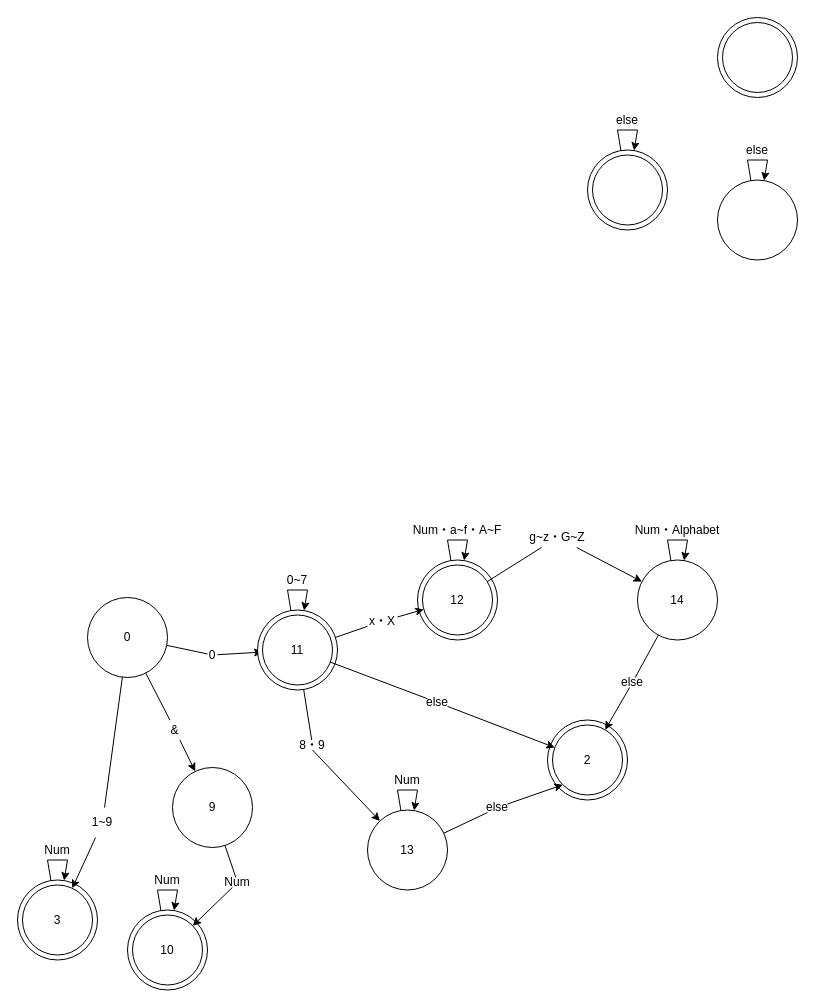
Above: page "Num・Address" (2 of 3) of 状態遷移図/実験2.drawio in ShimadaTakutoLuke/miniCV02forStudent (draw.io), before the change. Source tidied: cells renumbered, new cells numbered last; positions are measured from the earlier drawing's top-left corner, leaving out a move shared by most shapes. Both pictures are drawn from the tidied source at 100%, with x=0, y=0 at pixel (17, 17).
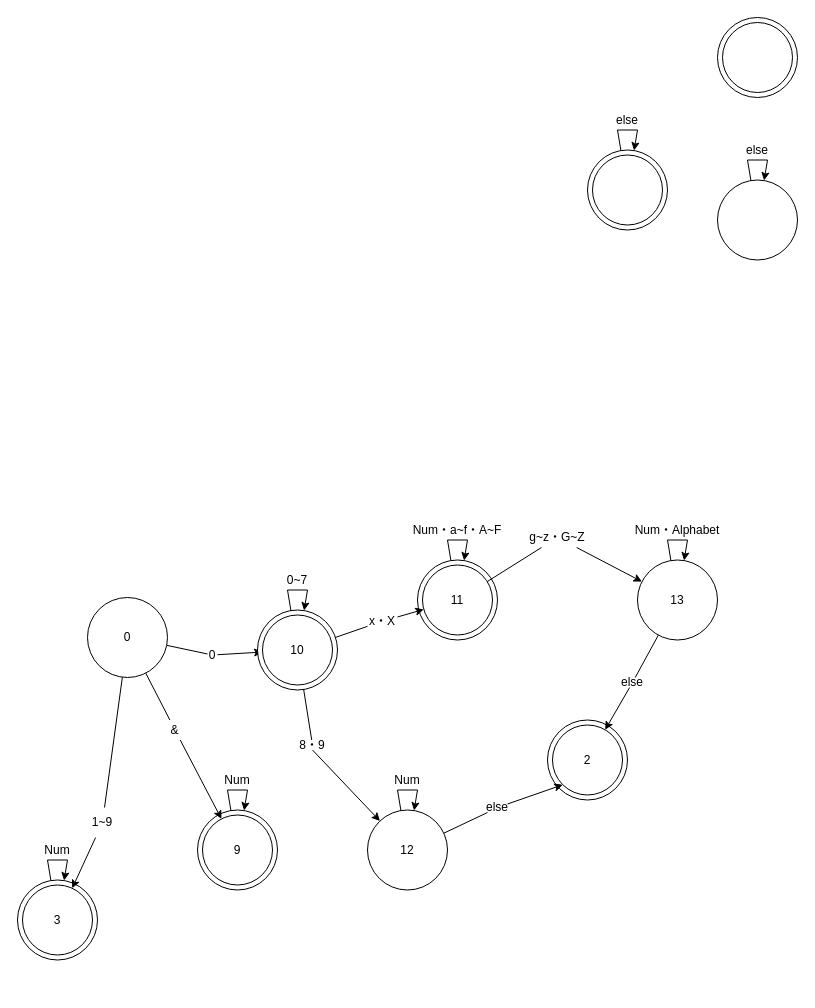
Above is the later version.

Unchanged cells that the change refers to:
```xml
<mxCell id="2" style="group;" parent="1" vertex="1">
  <mxGeometry x="400" y="500" width="100" height="122.5" as="geometry" />
</mxCell>
<mxCell id="32" value="2" style="ellipse;whiteSpace=wrap;html=1;" parent="30" vertex="1">
  <mxGeometry x="5" y="5" width="70" height="70" as="geometry" />
</mxCell>
<mxCell id="35" value="&amp;amp;" style="text;html=1;strokeColor=none;fillColor=none;align=center;verticalAlign=middle;whiteSpace=wrap;rounded=0;" parent="1" vertex="1">
  <mxGeometry x="150" y="702.5" width="15" height="20" as="geometry" />
</mxCell>
<mxCell id="50" style="group;" parent="1" vertex="1">
  <mxGeometry x="620" y="500" width="110" height="122.5" as="geometry" />
</mxCell>
<mxCell id="62" style="group;" parent="1" vertex="1">
  <mxGeometry x="240" y="550" width="80" height="122.5" as="geometry" />
</mxCell>
<mxCell id="67" style="group;" parent="1" vertex="1">
  <mxGeometry x="350" y="750" width="80" height="122.5" as="geometry" />
</mxCell>
```

Change to the diagram source:
```diff
@@
-    <mxCell id="6" value="12" style="ellipse;whiteSpace=wrap;html=1;" parent="2" vertex="1">
+    <mxCell id="6" value="11" style="ellipse;whiteSpace=wrap;html=1;" parent="2" vertex="1">
       <mxGeometry x="5" y="47.5" width="70" height="70" as="geometry" />
     </mxCell>
@@
     <mxCell id="19" style="group;" parent="1" vertex="1">
-      <mxGeometry x="110" y="850" width="80" height="122.5" as="geometry" />
+      <mxGeometry x="180" y="750" width="80" height="122.5" as="geometry" />
     </mxCell>
@@
-    <mxCell id="23" value="10" style="ellipse;whiteSpace=wrap;html=1;" parent="19" vertex="1">
+    <mxCell id="23" value="9" style="ellipse;whiteSpace=wrap;html=1;" parent="19" vertex="1">
       <mxGeometry x="5" y="47.5" width="70" height="70" as="geometry" />
     </mxCell>
@@
-    <mxCell id="25" style="rounded=0;jettySize=auto;html=1;startArrow=none;" parent="1" edge="1" source="35" target="34">
+    <mxCell id="25" style="rounded=0;jettySize=auto;html=1;startArrow=none;" parent="1" edge="1" source="35" target="23">
       <mxGeometry relative="1" as="geometry" />
     </mxCell>
@@
-    <mxCell id="33" style="edgeStyle=none;rounded=0;jettySize=auto;html=1;startArrow=none;" parent="1" edge="1" source="37" target="23">
-      <mxGeometry relative="1" as="geometry" />
-    </mxCell>
-    <mxCell id="34" value="9" style="ellipse;whiteSpace=wrap;html=1;" parent="1" vertex="1">
-      <mxGeometry x="155" y="750" width="80" height="80" as="geometry" />
-    </mxCell>
@@
-    <mxCell id="37" value="Num" style="text;html=1;strokeColor=none;fillColor=none;align=center;verticalAlign=middle;whiteSpace=wrap;rounded=0;" parent="1" vertex="1">
-      <mxGeometry x="205" y="860" width="30" height="10" as="geometry" />
-    </mxCell>
-    <mxCell id="38" style="edgeStyle=none;rounded=0;jettySize=auto;html=1;endArrow=none;" parent="1" edge="1" source="34" target="37">
-      <mxGeometry relative="1" as="geometry" />
-    </mxCell>
@@
-    <mxCell id="51" value="14" style="ellipse;whiteSpace=wrap;html=1;" parent="50" vertex="1">
+    <mxCell id="51" value="13" style="ellipse;whiteSpace=wrap;html=1;" parent="50" vertex="1">
       <mxGeometry y="42.5" width="80" height="80" as="geometry" />
     </mxCell>
@@
-    <mxCell id="66" value="11" style="ellipse;whiteSpace=wrap;html=1;" parent="62" vertex="1">
+    <mxCell id="66" value="10" style="ellipse;whiteSpace=wrap;html=1;" parent="62" vertex="1">
       <mxGeometry x="5" y="47.5" width="70" height="70" as="geometry" />
     </mxCell>
@@
-    <mxCell id="68" value="13" style="ellipse;whiteSpace=wrap;html=1;" parent="67" vertex="1">
+    <mxCell id="68" value="12" style="ellipse;whiteSpace=wrap;html=1;" parent="67" vertex="1">
       <mxGeometry y="42.5" width="80" height="80" as="geometry" />
     </mxCell>
@@
-    <mxCell id="74" style="edgeStyle=none;rounded=0;jettySize=auto;html=1;startArrow=none;" parent="1" edge="1" source="75" target="32">
-      <mxGeometry relative="1" as="geometry" />
-    </mxCell>
-    <mxCell id="75" value="else" style="text;html=1;strokeColor=none;fillColor=none;align=center;verticalAlign=middle;whiteSpace=wrap;rounded=0;" parent="1" vertex="1">
-      <mxGeometry x="410" y="680" width="20" height="10" as="geometry" />
-    </mxCell>
-    <mxCell id="76" style="edgeStyle=none;rounded=0;jettySize=auto;html=1;endArrow=none;" parent="1" edge="1" source="66" target="75">
-      <mxGeometry relative="1" as="geometry" />
-    </mxCell>
```
